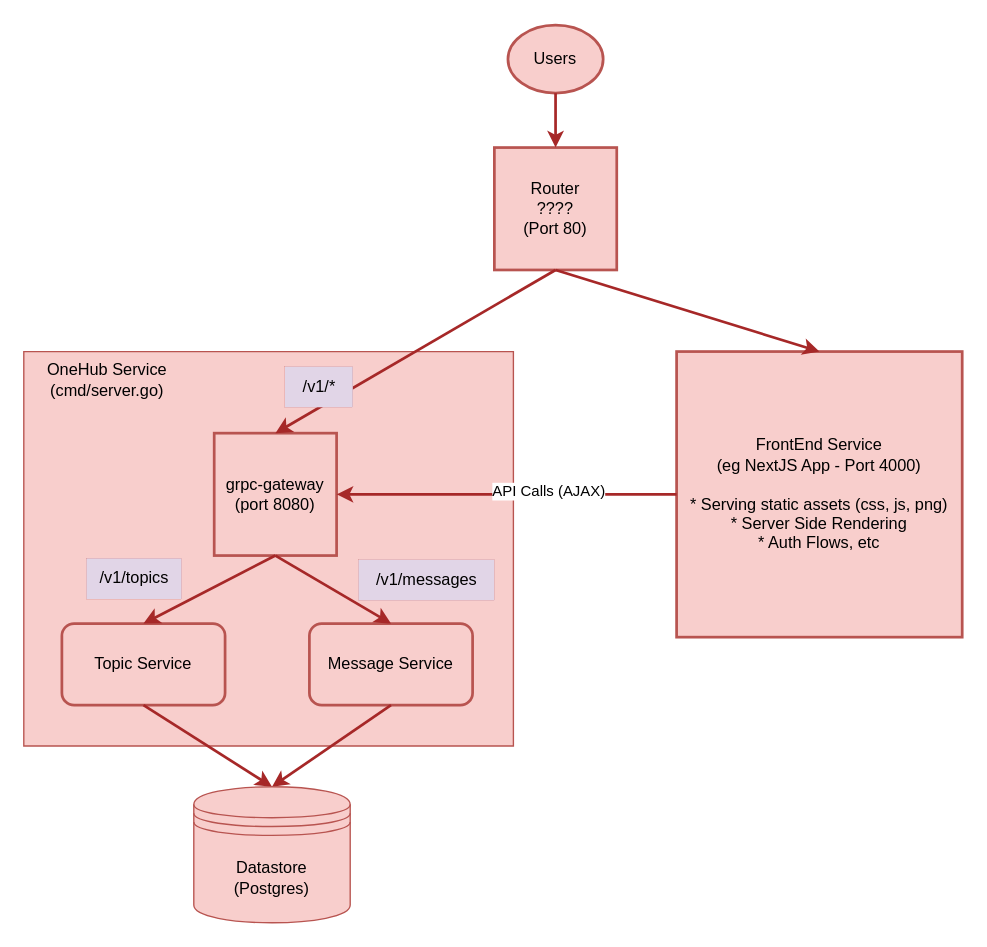
Earlier version of the draw.io diagram page "New Architecture" (2 of 2) of docs/Part8CurrProposedArchitecture.drawio (panyam/blog). Source tidied: cells renumbered, new cells numbered last; positions are measured from the earlier drawing's top-left corner, leaving out a move shared by most shapes. Both pictures are drawn from the tidied source at 136%, with x=0, y=0 at pixel (23, 24).
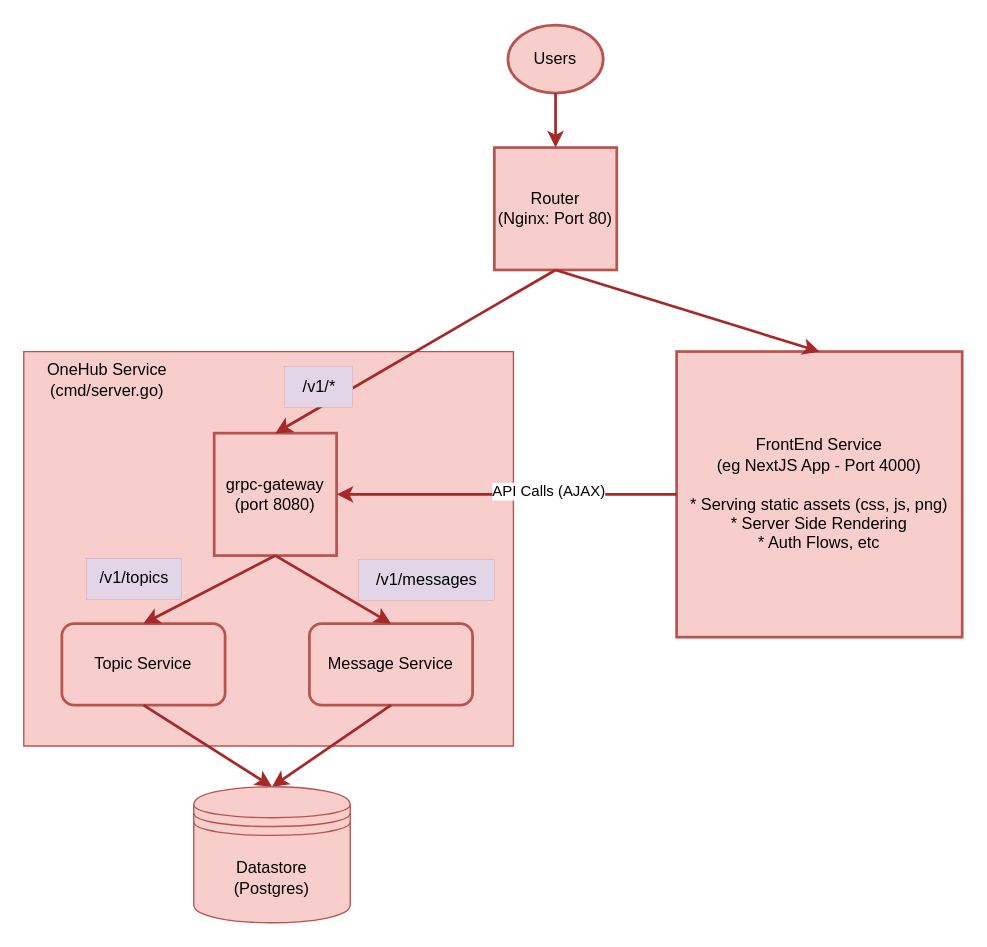
After the change.

Diff of the diagram source:
```diff
@@
-    <mxCell id="3" value="Router&lt;br&gt;????&lt;br&gt;(Port 80)" style="whiteSpace=wrap;html=1;fillColor=#f8cecc;strokeColor=#b85450;strokeWidth=2;" parent="1" vertex="1">
+    <mxCell id="3" value="Router&lt;br&gt;(Nginx: Port 80)" style="whiteSpace=wrap;html=1;fillColor=#f8cecc;strokeColor=#b85450;strokeWidth=2;" parent="1" vertex="1">
       <mxGeometry x="346" y="90" width="90" height="90" as="geometry" />
     </mxCell>
```
